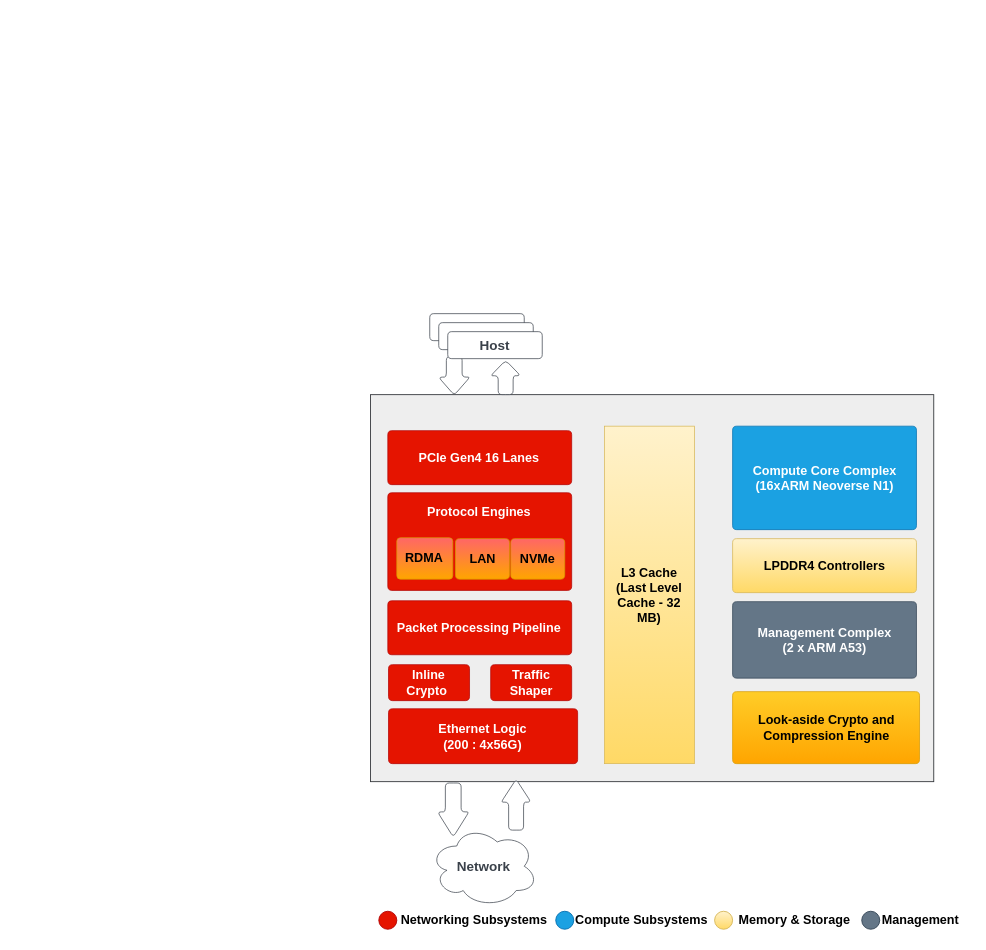
Above: IPU.drawio in purduecyan/media (draw.io), before the change. Source tidied: cells renumbered, new cells numbered last; positions are measured from the earlier drawing's top-left corner, leaving out a move shared by most shapes. Both pictures are drawn from the tidied source at 90%, with x=0, y=0 at pixel (370, 313).
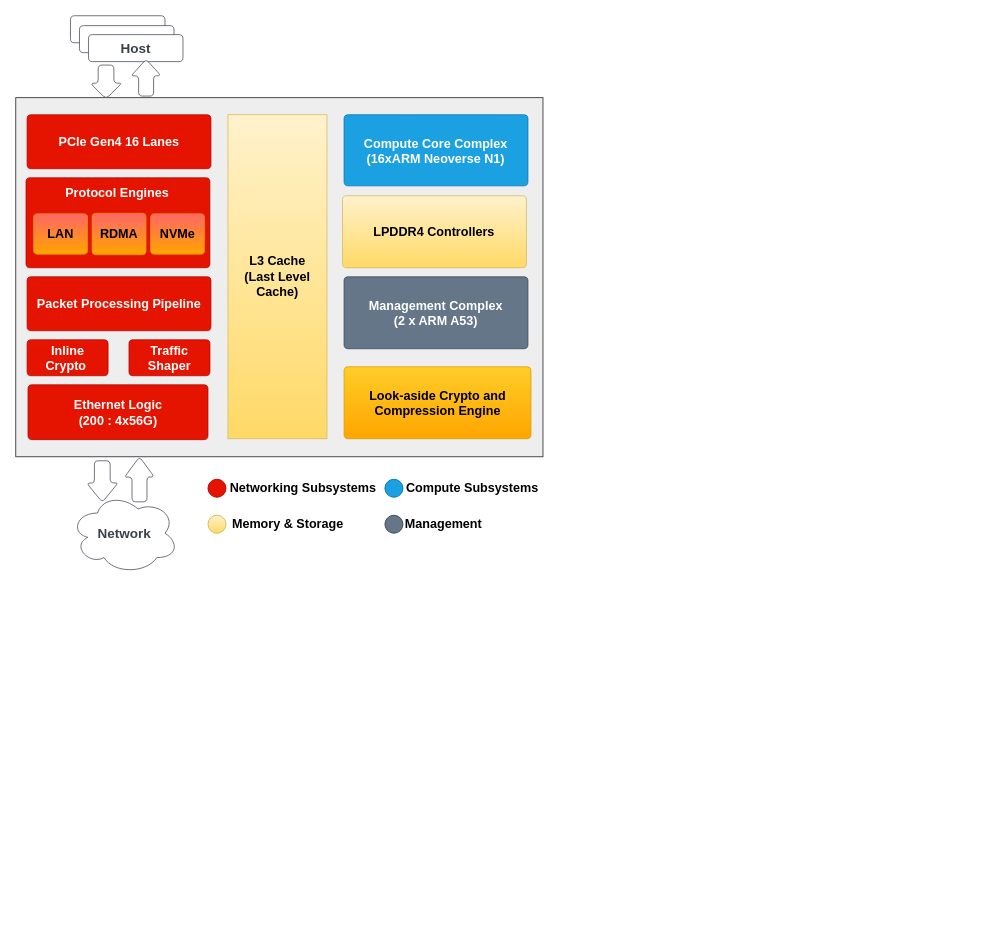
After the change.

What changed in the source:
```diff
@@
-    <mxCell id="2" style="group;" parent="1" vertex="1">
-      <mxGeometry x="0.2" width="625.8" height="580" as="geometry" />
-    </mxCell>
-    <mxCell id="3" style="group;" parent="2" vertex="1">
-      <mxGeometry width="625.8" height="580" as="geometry" />
-    </mxCell>
-    <mxCell id="4" style="rounded=0;whiteSpace=wrap;html=1;fillColor=#eeeeee;strokeColor=#36393d;" parent="3" vertex="1">
-      <mxGeometry y="90" width="625.8" height="430" as="geometry" />
-    </mxCell>
-    <mxCell id="5" style="group;" parent="3" vertex="1">
-      <mxGeometry x="19.2" y="199" width="204.3" height="301" as="geometry" />
-    </mxCell>
+    <mxCell id="36" style="group;" parent="1" vertex="1">
+      <mxGeometry x="-394" y="-331" width="592.2" height="620" as="geometry" />
+    </mxCell>
+    <mxCell id="37" style="html=1;overflow=block;blockSpacing=1;whiteSpace=wrap;fontSize=15;fontColor=#3a414a;spacing=3.8;strokeColor=#3a414a;strokeOpacity=100;rounded=1;absoluteArcSize=1;arcSize=9;strokeWidth=0.8;lucidId=P-_KfFqmB5sf;fontStyle=1;" parent="36" vertex="1">
+      <mxGeometry x="60.8" width="105" height="30" as="geometry" />
+    </mxCell>
+    <mxCell id="25" value="Network" style="html=1;overflow=block;blockSpacing=1;whiteSpace=wrap;ellipse;shape=cloud;fontSize=15;fontColor=#3a414a;spacing=3.8;strokeColor=#3a414a;strokeOpacity=100;rounded=1;absoluteArcSize=1;arcSize=9;strokeWidth=0.8;lucidId=P-_KW_uM1pLi;fontStyle=1;" parent="36" vertex="1">
+      <mxGeometry x="60.8" y="530" width="120" height="90" as="geometry" />
+    </mxCell>
+    <mxCell id="26" value="&lt;b&gt;&lt;font style=&quot;font-size: 14px;&quot;&gt;Networking Subsystems&lt;br&gt;&lt;/font&gt;&lt;/b&gt;" style="text;html=1;align=center;verticalAlign=middle;strokeColor=none;fillColor=none;" parent="36" vertex="1">
+      <mxGeometry x="224.2" y="510" width="190" height="30" as="geometry" />
+    </mxCell>
+    <mxCell id="38" style="ellipse;whiteSpace=wrap;html=1;fillColor=#e51400;fontColor=#ffffff;strokeColor=#B20000;" parent="36" vertex="1">
+      <mxGeometry x="213.6" y="515" width="20" height="20" as="geometry" />
+    </mxCell>
+    <mxCell id="28" value="&lt;b style=&quot;font-size: 14px;&quot;&gt;Compute Subsystems&lt;br&gt;&lt;/b&gt;" style="text;html=1;align=center;verticalAlign=middle;strokeColor=none;fillColor=none;" parent="36" vertex="1">
+      <mxGeometry x="422.2" y="510" width="170" height="30" as="geometry" />
+    </mxCell>
+    <mxCell id="39" style="ellipse;whiteSpace=wrap;html=1;fillColor=#1ba1e2;fontColor=#ffffff;strokeColor=#006EAF;" parent="36" vertex="1">
+      <mxGeometry x="410.2" y="515" width="20" height="20" as="geometry" />
+    </mxCell>
+    <mxCell id="30" value="&lt;b style=&quot;font-size: 14px;&quot;&gt;Memory &amp;amp; Storage&lt;br&gt;&lt;/b&gt;" style="text;html=1;align=center;verticalAlign=middle;strokeColor=none;fillColor=none;" parent="36" vertex="1">
+      <mxGeometry x="227.1" y="550" width="150" height="30" as="geometry" />
+    </mxCell>
+    <mxCell id="40" style="ellipse;whiteSpace=wrap;html=1;fillColor=#fff2cc;gradientColor=#ffd966;strokeColor=#d6b656;" parent="36" vertex="1">
+      <mxGeometry x="213.6" y="555" width="20" height="20" as="geometry" />
+    </mxCell>
+    <mxCell id="32" value="&lt;b&gt;&lt;font style=&quot;font-size: 14px;&quot;&gt;Management&lt;/font&gt;&lt;/b&gt;" style="text;html=1;align=center;verticalAlign=middle;strokeColor=none;fillColor=none;" parent="36" vertex="1">
+      <mxGeometry x="420.2" y="550" width="110" height="30" as="geometry" />
+    </mxCell>
+    <mxCell id="41" style="ellipse;whiteSpace=wrap;html=1;fillColor=#647687;strokeColor=#314354;fontColor=#ffffff;" parent="36" vertex="1">
+      <mxGeometry x="410.2" y="555" width="20" height="20" as="geometry" />
+    </mxCell>
+    <mxCell id="42" style="html=1;overflow=block;blockSpacing=1;whiteSpace=wrap;fontSize=15;fontColor=#3a414a;spacing=3.8;strokeColor=#3a414a;strokeOpacity=100;rounded=1;absoluteArcSize=1;arcSize=9;strokeWidth=0.8;lucidId=P-_KfFqmB5sf;fontStyle=1;" parent="36" vertex="1">
+      <mxGeometry x="70.8" y="11" width="105" height="30" as="geometry" />
+    </mxCell>
+    <mxCell id="35" value="Host" style="html=1;overflow=block;blockSpacing=1;whiteSpace=wrap;fontSize=15;fontColor=#3a414a;spacing=3.8;strokeColor=#3a414a;strokeOpacity=100;rounded=1;absoluteArcSize=1;arcSize=9;strokeWidth=0.8;lucidId=P-_KfFqmB5sf;fontStyle=1;" parent="36" vertex="1">
+      <mxGeometry x="80.8" y="21" width="105" height="30" as="geometry" />
+    </mxCell>
+    <mxCell id="43" style="rounded=0;whiteSpace=wrap;html=1;fillColor=#eeeeee;strokeColor=#36393d;" parent="36" vertex="1">
+      <mxGeometry y="91" width="585.8" height="399" as="geometry" />
+    </mxCell>
+    <mxCell id="44" value="L3 Cache &lt;br&gt;(Last Level&lt;br&gt;Cache)" style="html=1;overflow=block;blockSpacing=1;whiteSpace=wrap;fontSize=14;spacing=3.8;strokeColor=#d6b656;strokeOpacity=100;fillOpacity=100;rounded=1;absoluteArcSize=1;arcSize=0;fillColor=#fff2cc;strokeWidth=0.8;lucidId=ra7KsMhs7qSS;fontStyle=1;gradientColor=#ffd966;" parent="36" vertex="1">
+      <mxGeometry x="235.8" y="110" width="110" height="360" as="geometry" />
+    </mxCell>
+    <mxCell id="12" value="Compute Core Complex (16xARM Neoverse N1)" style="html=1;overflow=block;blockSpacing=1;whiteSpace=wrap;fontSize=14;fontColor=#ffffff;spacing=3.8;strokeColor=#006EAF;strokeOpacity=100;fillOpacity=100;rounded=1;absoluteArcSize=1;arcSize=9;fillColor=#1ba1e2;strokeWidth=0.8;lucidId=Ca7KuzQSQbgJ;fontStyle=1;" parent="36" vertex="1">
+      <mxGeometry x="364.8" y="110" width="204.3" height="79" as="geometry" />
+    </mxCell>
+    <mxCell id="13" value="Look-aside Crypto and Compression Engine" style="html=1;overflow=block;blockSpacing=1;whiteSpace=wrap;fontSize=14;spacing=3.8;strokeColor=#d79b00;strokeOpacity=100;fillOpacity=100;rounded=1;absoluteArcSize=1;arcSize=9;fillColor=#ffcd28;strokeWidth=0.8;lucidId=pb7KfrjJ54s0;fontStyle=1;gradientColor=#ffa500;" parent="36" vertex="1">
+      <mxGeometry x="364.8" y="390" width="207.7" height="80" as="geometry" />
+    </mxCell>
+    <mxCell id="14" value="LPDDR4 Controllers" style="html=1;overflow=block;blockSpacing=1;whiteSpace=wrap;fontSize=14;spacing=3.8;strokeColor=#d6b656;strokeOpacity=100;fillOpacity=100;rounded=1;absoluteArcSize=1;arcSize=9;fillColor=#fff2cc;strokeWidth=0.8;lucidId=ub7KovHv9te5;fontStyle=1;gradientColor=#ffd966;" parent="36" vertex="1">
+      <mxGeometry x="363.1" y="200" width="204.3" height="80" as="geometry" />
+    </mxCell>
+    <mxCell id="15" value="Management Complex&lt;br&gt;(2 x ARM A53)" style="html=1;overflow=block;blockSpacing=1;whiteSpace=wrap;fontSize=14;fontColor=#ffffff;spacing=3.8;strokeColor=#314354;strokeOpacity=100;fillOpacity=100;rounded=1;absoluteArcSize=1;arcSize=9;fillColor=#647687;strokeWidth=0.8;lucidId=Fb7Kvabg3F.T;fontStyle=1;" parent="36" vertex="1">
+      <mxGeometry x="364.8" y="290" width="204.3" height="80" as="geometry" />
+    </mxCell>
+    <mxCell id="17" value="PCIe Gen4 16 Lanes" style="html=1;overflow=block;blockSpacing=1;whiteSpace=wrap;fontSize=14;fontColor=#ffffff;spacing=3.8;strokeColor=#B20000;strokeOpacity=100;fillOpacity=100;rounded=1;absoluteArcSize=1;arcSize=9;fillColor=#e51400;strokeWidth=0.8;lucidId=1~6K_v-VPYom;fontStyle=1;" parent="36" vertex="1">
+      <mxGeometry x="12.6" y="110" width="204.3" height="60" as="geometry" />
+    </mxCell>
+    <mxCell id="18" value="Inline Crypto&amp;nbsp;" style="html=1;overflow=block;blockSpacing=1;whiteSpace=wrap;fontSize=14;fontColor=#ffffff;spacing=3.8;strokeColor=#B20000;strokeOpacity=100;fillOpacity=100;rounded=1;absoluteArcSize=1;arcSize=9;fillColor=#e51400;strokeWidth=0.8;lucidId=fa7K2U30uZY5;fontStyle=1;" parent="36" vertex="1">
+      <mxGeometry x="12.6" y="360" width="90" height="40" as="geometry" />
+    </mxCell>
+    <mxCell id="45" style="shape=singleArrow;arrowWidth=0.5;arrowSize=0.45;whiteSpace=wrap;fontSize=13;spacing=3.8;strokeColor=#3a414a;strokeOpacity=100;rounded=1;absoluteArcSize=1;arcSize=9;rotation=270;strokeWidth=0.8;html=1;" parent="36" vertex="1">
+      <mxGeometry x="124.4" y="52.2" width="40.9" height="33.2" as="geometry" />
+    </mxCell>
+    <mxCell id="46" style="shape=singleArrow;arrowWidth=0.5;arrowSize=0.465;whiteSpace=wrap;fontSize=13;spacing=3.8;strokeColor=#3a414a;strokeOpacity=100;rounded=1;absoluteArcSize=1;arcSize=9;rotation=90;strokeWidth=0.8;html=1;" parent="36" vertex="1">
+      <mxGeometry x="81.5" y="56.1" width="37.6" height="35" as="geometry" />
+    </mxCell>
+    <mxCell id="47" style="shape=singleArrow;arrowWidth=0.5;arrowSize=0.45;whiteSpace=wrap;fontSize=13;spacing=3.8;strokeColor=#3a414a;strokeOpacity=100;rounded=1;absoluteArcSize=1;arcSize=9;rotation=270;strokeWidth=0.8;html=1;" parent="36" vertex="1">
+      <mxGeometry x="112.5" y="498.5" width="50" height="33.2" as="geometry" />
+    </mxCell>
+    <mxCell id="48" style="shape=singleArrow;arrowWidth=0.5;arrowSize=0.465;whiteSpace=wrap;fontSize=13;spacing=3.8;strokeColor=#3a414a;strokeOpacity=100;rounded=1;absoluteArcSize=1;arcSize=9;rotation=90;strokeWidth=0.8;html=1;" parent="36" vertex="1">
+      <mxGeometry x="73.1" y="500" width="46.1" height="35" as="geometry" />
+    </mxCell>
-    <mxCell id="6" value="Protocol Engines&lt;br&gt;&lt;br&gt;&lt;br&gt;&lt;br&gt;&lt;br&gt;" style="html=1;overflow=block;blockSpacing=1;whiteSpace=wrap;fontSize=14;fontColor=#ffffff;spacing=3.8;strokeColor=#B20000;strokeOpacity=100;fillOpacity=100;rounded=1;absoluteArcSize=1;arcSize=9;fillColor=#e51400;strokeWidth=0.8;lucidId=~~6K7ca9YZYn;fontStyle=1;" parent="5" vertex="1">
-      <mxGeometry width="204.3" height="108.5" as="geometry" />
+    <mxCell id="6" value="Protocol Engines&lt;br&gt;&lt;br&gt;&lt;br&gt;&lt;br&gt;&lt;br&gt;" style="html=1;overflow=block;blockSpacing=1;whiteSpace=wrap;fontSize=14;fontColor=#ffffff;spacing=3.8;strokeColor=#B20000;strokeOpacity=100;fillOpacity=100;rounded=1;absoluteArcSize=1;arcSize=9;fillColor=#e51400;strokeWidth=0.8;lucidId=~~6K7ca9YZYn;fontStyle=1;" parent="36" vertex="1">
+      <mxGeometry x="11.4" y="180" width="204.3" height="100" as="geometry" />
     </mxCell>
-    <mxCell id="7" value="Packet Processing Pipeline" style="html=1;overflow=block;blockSpacing=1;whiteSpace=wrap;fontSize=14;fontColor=#ffffff;spacing=3.8;strokeColor=#B20000;strokeOpacity=100;fillOpacity=100;rounded=1;absoluteArcSize=1;arcSize=9;fillColor=#e51400;strokeWidth=0.8;lucidId=ca7KPe8sUfcH;fontStyle=1;" parent="5" vertex="1">
-      <mxGeometry y="120" width="204.3" height="60" as="geometry" />
+    <mxCell id="7" value="Packet Processing Pipeline" style="html=1;overflow=block;blockSpacing=1;whiteSpace=wrap;fontSize=14;fontColor=#ffffff;spacing=3.8;strokeColor=#B20000;strokeOpacity=100;fillOpacity=100;rounded=1;absoluteArcSize=1;arcSize=9;fillColor=#e51400;strokeWidth=0.8;lucidId=ca7KPe8sUfcH;fontStyle=1;" parent="36" vertex="1">
+      <mxGeometry x="12.6" y="290" width="204.3" height="60" as="geometry" />
     </mxCell>
-    <mxCell id="8" value="NVMe" style="html=1;overflow=block;blockSpacing=1;whiteSpace=wrap;fontSize=14;spacing=3.8;strokeColor=#d79b00;strokeOpacity=100;fillOpacity=100;rounded=1;absoluteArcSize=1;arcSize=9;fillColor=#FF6666;strokeWidth=0.8;lucidId=Ua7KMCPptFoE;fontStyle=1;gradientColor=#ffa500;" parent="5" vertex="1">
-      <mxGeometry x="136.6" y="51" width="60" height="45" as="geometry" />
+    <mxCell id="8" value="NVMe" style="html=1;overflow=block;blockSpacing=1;whiteSpace=wrap;fontSize=14;spacing=3.8;strokeColor=#d79b00;strokeOpacity=100;fillOpacity=100;rounded=1;absoluteArcSize=1;arcSize=9;fillColor=#FF6666;strokeWidth=0.8;lucidId=Ua7KMCPptFoE;fontStyle=1;gradientColor=#ffa500;" parent="36" vertex="1">
+      <mxGeometry x="149.8" y="220" width="60" height="45" as="geometry" />
     </mxCell>
-    <mxCell id="9" value="LAN" style="html=1;overflow=block;blockSpacing=1;whiteSpace=wrap;fontSize=14;spacing=3.8;strokeColor=#d79b00;strokeOpacity=100;fillOpacity=100;rounded=1;absoluteArcSize=1;arcSize=9;fillColor=#FF6666;strokeWidth=0.8;lucidId=Ua7KMCPptFoE;fontStyle=1;gradientColor=#ffa500;" parent="5" vertex="1">
-      <mxGeometry x="75.2" y="51" width="60" height="45" as="geometry" />
+    <mxCell id="9" value="LAN" style="html=1;overflow=block;blockSpacing=1;whiteSpace=wrap;fontSize=14;spacing=3.8;strokeColor=#d79b00;strokeOpacity=100;fillOpacity=100;rounded=1;absoluteArcSize=1;arcSize=9;fillColor=#FF6666;strokeWidth=0.8;lucidId=Ua7KMCPptFoE;fontStyle=1;gradientColor=#ffa500;" parent="36" vertex="1">
+      <mxGeometry x="19.8" y="220" width="60" height="45" as="geometry" />
     </mxCell>
-    <mxCell id="10" value="RDMA" style="html=1;overflow=block;blockSpacing=1;whiteSpace=wrap;fontSize=14;spacing=3.8;strokeColor=#d79b00;strokeOpacity=100;fillOpacity=100;rounded=1;absoluteArcSize=1;arcSize=8;fillColor=#FF6666;strokeWidth=0.8;lucidId=Ua7KMCPptFoE;fontStyle=1;gradientColor=#ffa500;" parent="5" vertex="1">
-      <mxGeometry x="10" y="50" width="62.2" height="46" as="geometry" />
+    <mxCell id="10" value="RDMA" style="html=1;overflow=block;blockSpacing=1;whiteSpace=wrap;fontSize=14;spacing=3.8;strokeColor=#d79b00;strokeOpacity=100;fillOpacity=100;rounded=1;absoluteArcSize=1;arcSize=8;fillColor=#FF6666;strokeWidth=0.8;lucidId=Ua7KMCPptFoE;fontStyle=1;gradientColor=#ffa500;" parent="36" vertex="1">
+      <mxGeometry x="84.8" y="219.5" width="60" height="46" as="geometry" />
     </mxCell>
-    <mxCell id="11" value="L3 Cache &lt;br&gt;(Last Level&lt;br&gt;Cache - 32 MB)" style="html=1;overflow=block;blockSpacing=1;whiteSpace=wrap;fontSize=14;spacing=3.8;strokeColor=#d6b656;strokeOpacity=100;fillOpacity=100;rounded=1;absoluteArcSize=1;arcSize=0;fillColor=#fff2cc;strokeWidth=0.8;lucidId=ra7KsMhs7qSS;fontStyle=1;gradientColor=#ffd966;" parent="3" vertex="1">
-      <mxGeometry x="260" y="125" width="100" height="375" as="geometry" />
-    </mxCell>
-    <mxCell id="12" value="Compute Core Complex (16xARM Neoverse N1)" style="html=1;overflow=block;blockSpacing=1;whiteSpace=wrap;fontSize=14;fontColor=#ffffff;spacing=3.8;strokeColor=#006EAF;strokeOpacity=100;fillOpacity=100;rounded=1;absoluteArcSize=1;arcSize=9;fillColor=#1ba1e2;strokeWidth=0.8;lucidId=Ca7KuzQSQbgJ;fontStyle=1;" parent="3" vertex="1">
-      <mxGeometry x="402.3" y="125" width="204.3" height="115" as="geometry" />
-    </mxCell>
-    <mxCell id="13" value="Look-aside Crypto and Compression Engine" style="html=1;overflow=block;blockSpacing=1;whiteSpace=wrap;fontSize=14;spacing=3.8;strokeColor=#d79b00;strokeOpacity=100;fillOpacity=100;rounded=1;absoluteArcSize=1;arcSize=9;fillColor=#ffcd28;strokeWidth=0.8;lucidId=pb7KfrjJ54s0;fontStyle=1;gradientColor=#ffa500;" parent="3" vertex="1">
-      <mxGeometry x="402.3" y="420" width="207.7" height="80" as="geometry" />
-    </mxCell>
-    <mxCell id="14" value="LPDDR4 Controllers" style="html=1;overflow=block;blockSpacing=1;whiteSpace=wrap;fontSize=14;spacing=3.8;strokeColor=#d6b656;strokeOpacity=100;fillOpacity=100;rounded=1;absoluteArcSize=1;arcSize=9;fillColor=#fff2cc;strokeWidth=0.8;lucidId=ub7KovHv9te5;fontStyle=1;gradientColor=#ffd966;" parent="3" vertex="1">
-      <mxGeometry x="402.3" y="250" width="204.3" height="60" as="geometry" />
-    </mxCell>
-    <mxCell id="15" value="Management Complex&lt;br&gt;(2 x ARM A53)" style="html=1;overflow=block;blockSpacing=1;whiteSpace=wrap;fontSize=14;fontColor=#ffffff;spacing=3.8;strokeColor=#314354;strokeOpacity=100;fillOpacity=100;rounded=1;absoluteArcSize=1;arcSize=9;fillColor=#647687;strokeWidth=0.8;lucidId=Fb7Kvabg3F.T;fontStyle=1;" parent="3" vertex="1">
-      <mxGeometry x="402.3" y="320" width="204.3" height="85" as="geometry" />
-    </mxCell>
+    <mxCell id="19" value="Traffic Shaper" style="html=1;overflow=block;blockSpacing=1;whiteSpace=wrap;fontSize=14;fontColor=#ffffff;spacing=3.8;strokeColor=#B20000;strokeOpacity=100;fillOpacity=100;rounded=1;absoluteArcSize=1;arcSize=9;fillColor=#e51400;strokeWidth=0.8;lucidId=fa7K2U30uZY5;fontStyle=1;" parent="36" vertex="1">
+      <mxGeometry x="125.8" y="360" width="90" height="40" as="geometry" />
+    </mxCell>
-    <mxCell id="16" value="&lt;div style=&quot;font-size: 14px;&quot;&gt;Ethernet Logic&lt;/div&gt;&lt;div style=&quot;font-size: 14px;&quot;&gt;(200 : 4x56G)&lt;/div&gt;" style="html=1;overflow=block;blockSpacing=1;whiteSpace=wrap;fontSize=14;fontColor=#ffffff;spacing=3.8;strokeColor=#B20000;strokeOpacity=100;fillOpacity=100;rounded=1;absoluteArcSize=1;arcSize=9;fillColor=#e51400;strokeWidth=0.8;lucidId=ja7KJcIPla4~;fontStyle=1;" parent="3" vertex="1">
-      <mxGeometry x="20" y="439" width="210.1" height="61" as="geometry" />
+    <mxCell id="16" value="&lt;div style=&quot;font-size: 14px;&quot;&gt;Ethernet Logic&lt;/div&gt;&lt;div style=&quot;font-size: 14px;&quot;&gt;(200 : 4x56G)&lt;/div&gt;" style="html=1;overflow=block;blockSpacing=1;whiteSpace=wrap;fontSize=14;fontColor=#ffffff;spacing=3.8;strokeColor=#B20000;strokeOpacity=100;fillOpacity=100;rounded=1;absoluteArcSize=1;arcSize=9;fillColor=#e51400;strokeWidth=0.8;lucidId=ja7KJcIPla4~;fontStyle=1;" parent="36" vertex="1">
+      <mxGeometry x="13.6" y="410" width="200" height="61" as="geometry" />
     </mxCell>
-    <mxCell id="17" value="PCIe Gen4 16 Lanes" style="html=1;overflow=block;blockSpacing=1;whiteSpace=wrap;fontSize=14;fontColor=#ffffff;spacing=3.8;strokeColor=#B20000;strokeOpacity=100;fillOpacity=100;rounded=1;absoluteArcSize=1;arcSize=9;fillColor=#e51400;strokeWidth=0.8;lucidId=1~6K_v-VPYom;fontStyle=1;" parent="3" vertex="1">
-      <mxGeometry x="19.2" y="130" width="204.3" height="60" as="geometry" />
-    </mxCell>
-    <mxCell id="18" value="Inline Crypto&amp;nbsp;" style="html=1;overflow=block;blockSpacing=1;whiteSpace=wrap;fontSize=14;fontColor=#ffffff;spacing=3.8;strokeColor=#B20000;strokeOpacity=100;fillOpacity=100;rounded=1;absoluteArcSize=1;arcSize=9;fillColor=#e51400;strokeWidth=0.8;lucidId=fa7K2U30uZY5;fontStyle=1;" parent="3" vertex="1">
-      <mxGeometry x="20" y="390" width="90" height="40" as="geometry" />
-    </mxCell>
-    <mxCell id="19" value="Traffic Shaper" style="html=1;overflow=block;blockSpacing=1;whiteSpace=wrap;fontSize=14;fontColor=#ffffff;spacing=3.8;strokeColor=#B20000;strokeOpacity=100;fillOpacity=100;rounded=1;absoluteArcSize=1;arcSize=9;fillColor=#e51400;strokeWidth=0.8;lucidId=fa7K2U30uZY5;fontStyle=1;" parent="3" vertex="1">
-      <mxGeometry x="133.5" y="390" width="90" height="40" as="geometry" />
-    </mxCell>
-    <mxCell id="20" style="html=1;overflow=block;blockSpacing=1;whiteSpace=wrap;fontSize=15;fontColor=#3a414a;spacing=3.8;strokeColor=#3a414a;strokeOpacity=100;rounded=1;absoluteArcSize=1;arcSize=9;strokeWidth=0.8;lucidId=P-_KfFqmB5sf;fontStyle=1;" parent="3" vertex="1">
-      <mxGeometry x="65.8" width="105" height="30" as="geometry" />
-    </mxCell>
-    <mxCell id="21" style="shape=singleArrow;arrowWidth=0.5;arrowSize=0.45;whiteSpace=wrap;fontSize=13;spacing=3.8;strokeColor=#3a414a;strokeOpacity=100;rounded=1;absoluteArcSize=1;arcSize=9;rotation=270;strokeWidth=0.8;html=1;" parent="3" vertex="1">
-      <mxGeometry x="131.1" y="54.3" width="38.1" height="33.2" as="geometry" />
-    </mxCell>
-    <mxCell id="22" style="shape=singleArrow;arrowWidth=0.5;arrowSize=0.465;whiteSpace=wrap;fontSize=13;spacing=3.8;strokeColor=#3a414a;strokeOpacity=100;rounded=1;absoluteArcSize=1;arcSize=9;rotation=90;strokeWidth=0.8;html=1;" parent="3" vertex="1">
-      <mxGeometry x="71.5" y="51.5" width="43" height="35" as="geometry" />
-    </mxCell>
-    <mxCell id="23" style="shape=singleArrow;arrowWidth=0.5;arrowSize=0.45;whiteSpace=wrap;fontSize=13;spacing=3.8;strokeColor=#3a414a;strokeOpacity=100;rounded=1;absoluteArcSize=1;arcSize=9;rotation=270;strokeWidth=0.8;html=1;" parent="3" vertex="1">
-      <mxGeometry x="133.5" y="529" width="56.5" height="33.2" as="geometry" />
-    </mxCell>
-    <mxCell id="24" style="shape=singleArrow;arrowWidth=0.5;arrowSize=0.465;whiteSpace=wrap;fontSize=13;spacing=3.8;strokeColor=#3a414a;strokeOpacity=100;rounded=1;absoluteArcSize=1;arcSize=9;rotation=90;strokeWidth=0.8;html=1;" parent="3" vertex="1">
-      <mxGeometry x="61.9" y="534" width="60" height="35" as="geometry" />
-    </mxCell>
-    <mxCell id="25" value="Network" style="html=1;overflow=block;blockSpacing=1;whiteSpace=wrap;ellipse;shape=cloud;fontSize=15;fontColor=#3a414a;spacing=3.8;strokeColor=#3a414a;strokeOpacity=100;rounded=1;absoluteArcSize=1;arcSize=9;strokeWidth=0.8;lucidId=P-_KW_uM1pLi;fontStyle=1;" parent="1" vertex="1">
-      <mxGeometry x="66" y="569" width="120" height="90" as="geometry" />
-    </mxCell>
-    <mxCell id="26" value="&lt;b&gt;&lt;font style=&quot;font-size: 14px;&quot;&gt;Networking Subsystems&lt;br&gt;&lt;/font&gt;&lt;/b&gt;" style="text;html=1;align=center;verticalAlign=middle;strokeColor=none;fillColor=none;" parent="1" vertex="1">
-      <mxGeometry x="20" y="659" width="190" height="30" as="geometry" />
-    </mxCell>
-    <mxCell id="27" style="ellipse;whiteSpace=wrap;html=1;fillColor=#e51400;fontColor=#ffffff;strokeColor=#B20000;" parent="1" vertex="1">
-      <mxGeometry x="9.4" y="664" width="20" height="20" as="geometry" />
-    </mxCell>
-    <mxCell id="28" value="&lt;b style=&quot;font-size: 14px;&quot;&gt;Compute Subsystems&lt;br&gt;&lt;/b&gt;" style="text;html=1;align=center;verticalAlign=middle;strokeColor=none;fillColor=none;" parent="1" vertex="1">
-      <mxGeometry x="216" y="659" width="170" height="30" as="geometry" />
-    </mxCell>
-    <mxCell id="29" style="ellipse;whiteSpace=wrap;html=1;fillColor=#1ba1e2;fontColor=#ffffff;strokeColor=#006EAF;" parent="1" vertex="1">
-      <mxGeometry x="206" y="664" width="20" height="20" as="geometry" />
-    </mxCell>
-    <mxCell id="30" value="&lt;b style=&quot;font-size: 14px;&quot;&gt;Memory &amp;amp; Storage&lt;br&gt;&lt;/b&gt;" style="text;html=1;align=center;verticalAlign=middle;strokeColor=none;fillColor=none;" parent="1" vertex="1">
-      <mxGeometry x="396" y="659" width="150" height="30" as="geometry" />
-    </mxCell>
-    <mxCell id="31" style="ellipse;whiteSpace=wrap;html=1;fillColor=#fff2cc;gradientColor=#ffd966;strokeColor=#d6b656;" parent="1" vertex="1">
-      <mxGeometry x="382.5" y="664" width="20" height="20" as="geometry" />
-    </mxCell>
-    <mxCell id="32" value="&lt;b&gt;&lt;font style=&quot;font-size: 14px;&quot;&gt;Management&lt;/font&gt;&lt;/b&gt;" style="text;html=1;align=center;verticalAlign=middle;strokeColor=none;fillColor=none;" parent="1" vertex="1">
-      <mxGeometry x="556" y="659" width="110" height="30" as="geometry" />
-    </mxCell>
-    <mxCell id="33" style="ellipse;whiteSpace=wrap;html=1;fillColor=#647687;strokeColor=#314354;fontColor=#ffffff;" parent="1" vertex="1">
-      <mxGeometry x="546" y="664" width="20" height="20" as="geometry" />
-    </mxCell>
-    <mxCell id="34" style="html=1;overflow=block;blockSpacing=1;whiteSpace=wrap;fontSize=15;fontColor=#3a414a;spacing=3.8;strokeColor=#3a414a;strokeOpacity=100;rounded=1;absoluteArcSize=1;arcSize=9;strokeWidth=0.8;lucidId=P-_KfFqmB5sf;fontStyle=1;" parent="1" vertex="1">
-      <mxGeometry x="76" y="10" width="105" height="30" as="geometry" />
-    </mxCell>
-    <mxCell id="35" value="Host" style="html=1;overflow=block;blockSpacing=1;whiteSpace=wrap;fontSize=15;fontColor=#3a414a;spacing=3.8;strokeColor=#3a414a;strokeOpacity=100;rounded=1;absoluteArcSize=1;arcSize=9;strokeWidth=0.8;lucidId=P-_KfFqmB5sf;fontStyle=1;" parent="1" vertex="1">
-      <mxGeometry x="86" y="20" width="105" height="30" as="geometry" />
-    </mxCell>
```
